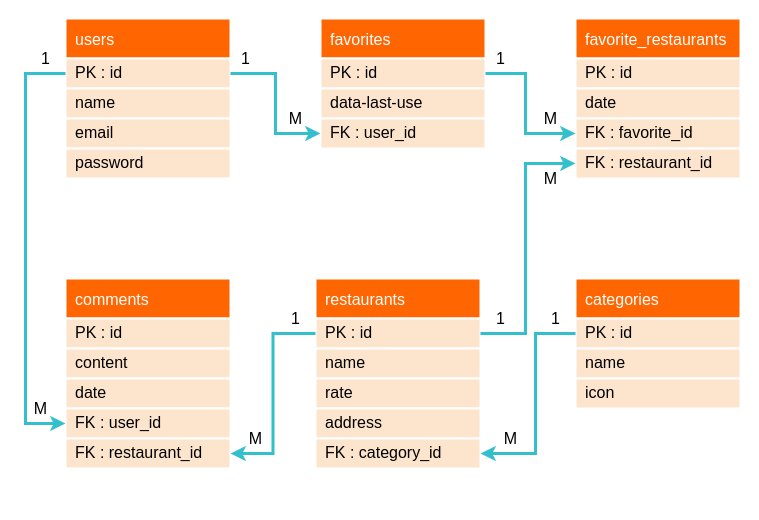
This is 餐廳論壇ERD+Schema-ver.2.drawio from z88243310/bins, a draw.io file, before an edit. Source tidied: cells renumbered, new cells numbered last; positions are measured from the earlier drawing's top-left corner, leaving out a move shared by most shapes. Both pictures are drawn from the tidied source at 100%, with x=0, y=0 at pixel (25, 18).
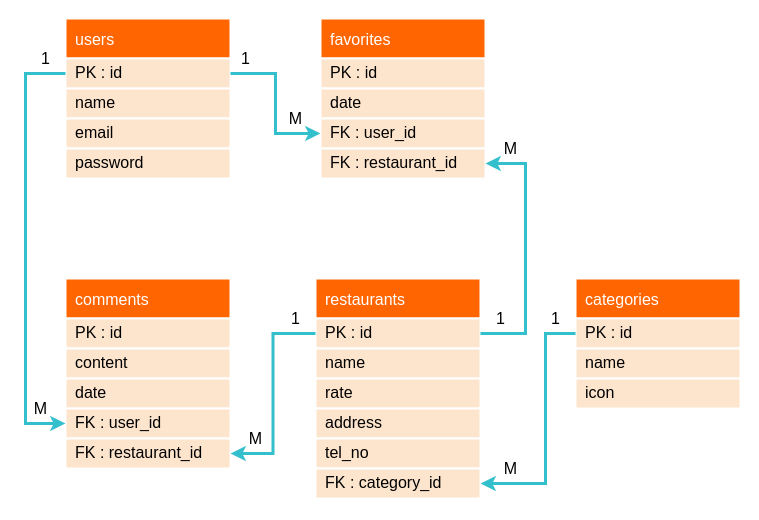
The same diagram, later.

Commit message:
更新餐廳論壇ERD+Schema-ver.2.drawio

Unchanged cells that the change refers to:
```xml
<mxCell id="8" value="PK : id" style="text;strokeColor=#FFFFFF;fillColor=#FDE5CD;spacingLeft=10;spacingRight=0;overflow=hidden;points=[[0,0.5],[1,0.5]];portConstraint=eastwest;fontSize=16;strokeWidth=2;perimeterSpacing=0;sketch=0;shadow=0;rounded=0;glass=0;spacing=0;fontStyle=0;" parent="7" vertex="1">
  <mxGeometry y="40" width="165" height="30" as="geometry" />
</mxCell>
<mxCell id="22" value="PK : id" style="text;strokeColor=#FFFFFF;fillColor=#FDE5CD;spacingLeft=10;spacingRight=0;overflow=hidden;points=[[0,0.5],[1,0.5]];portConstraint=eastwest;fontSize=16;strokeWidth=2;perimeterSpacing=0;sketch=0;shadow=0;rounded=0;glass=0;spacing=0;fontStyle=0;" parent="21" vertex="1">
  <mxGeometry y="40" width="165" height="30" as="geometry" />
</mxCell>
<mxCell id="38" value="PK : id" style="text;strokeColor=#FFFFFF;fillColor=#FDE5CD;spacingLeft=10;spacingRight=0;overflow=hidden;points=[[0,0.5],[1,0.5]];portConstraint=eastwest;fontSize=16;strokeWidth=2;perimeterSpacing=0;sketch=0;shadow=0;rounded=0;glass=0;spacing=0;fontStyle=0;" parent="37" vertex="1">
  <mxGeometry y="40" width="165" height="30" as="geometry" />
</mxCell>
```

What changed in the source:
```diff
@@
     <mxCell id="7" value="favorites" style="swimlane;fontStyle=0;horizontal=1;startSize=40;align=left;fontSize=16;fontColor=#FFFFFF;fillColor=#FF6602;spacing=0;strokeColor=#FFFFFF;strokeWidth=2;spacingLeft=10;" parent="1" vertex="1">
-      <mxGeometry x="295" width="165" height="130" as="geometry" />
+      <mxGeometry x="295" width="165" height="160" as="geometry" />
     </mxCell>
@@
-    <mxCell id="9" value="data-last-use" style="text;strokeColor=#FFFFFF;fillColor=#FDE5CD;spacingLeft=10;spacingRight=0;overflow=hidden;fontSize=16;strokeWidth=2;sketch=0;shadow=0;rounded=0;glass=0;spacing=0;" parent="7" vertex="1">
+    <mxCell id="9" value="date" style="text;strokeColor=#FFFFFF;fillColor=#FDE5CD;spacingLeft=10;spacingRight=0;overflow=hidden;fontSize=16;strokeWidth=2;sketch=0;shadow=0;rounded=0;glass=0;spacing=0;" parent="7" vertex="1">
       <mxGeometry y="70" width="165" height="30" as="geometry" />
     </mxCell>
@@
+    <mxCell id="18" value="FK : restaurant_id" style="text;strokeColor=#FFFFFF;fillColor=#FDE5CD;spacingLeft=10;spacingRight=0;overflow=hidden;points=[[0,0.5],[1,0.5]];portConstraint=eastwest;fontSize=16;strokeWidth=2;sketch=0;shadow=0;rounded=0;glass=0;spacing=0;" parent="7" vertex="1">
+      <mxGeometry y="130" width="165" height="30" as="geometry" />
+    </mxCell>
@@
-    <mxCell id="14" value="favorite_restaurants" style="swimlane;fontStyle=0;horizontal=1;startSize=40;align=left;fontSize=16;fontColor=#FFFFFF;fillColor=#FF6602;spacing=0;strokeColor=#FFFFFF;strokeWidth=2;spacingLeft=10;" parent="1" vertex="1">
-      <mxGeometry x="550" width="165" height="160" as="geometry" />
-    </mxCell>
-    <mxCell id="15" value="PK : id" style="text;strokeColor=#FFFFFF;fillColor=#FDE5CD;spacingLeft=10;spacingRight=0;overflow=hidden;fontSize=16;strokeWidth=2;perimeterSpacing=0;sketch=0;shadow=0;rounded=0;glass=0;spacing=0;fontStyle=0;" parent="14" vertex="1">
-      <mxGeometry y="40" width="165" height="30" as="geometry" />
-    </mxCell>
-    <mxCell id="16" value="date" style="text;strokeColor=#FFFFFF;fillColor=#FDE5CD;spacingLeft=10;spacingRight=0;overflow=hidden;fontSize=16;strokeWidth=2;sketch=0;shadow=0;rounded=0;glass=0;spacing=0;" parent="14" vertex="1">
-      <mxGeometry y="70" width="165" height="30" as="geometry" />
-    </mxCell>
-    <mxCell id="17" value="FK : favorite_id" style="text;strokeColor=#FFFFFF;fillColor=#FDE5CD;spacingLeft=10;spacingRight=0;overflow=hidden;points=[[0,0.5],[1,0.5]];portConstraint=eastwest;fontSize=16;strokeWidth=2;sketch=0;shadow=0;rounded=0;glass=0;spacing=0;" parent="14" vertex="1">
-      <mxGeometry y="100" width="165" height="30" as="geometry" />
-    </mxCell>
-    <mxCell id="18" value="FK : restaurant_id" style="text;strokeColor=#FFFFFF;fillColor=#FDE5CD;spacingLeft=10;spacingRight=0;overflow=hidden;points=[[0,0.5],[1,0.5]];portConstraint=eastwest;fontSize=16;strokeWidth=2;sketch=0;shadow=0;rounded=0;glass=0;spacing=0;" parent="14" vertex="1">
-      <mxGeometry y="130" width="165" height="30" as="geometry" />
-    </mxCell>
     <mxCell id="19" value="M" style="text;html=1;align=center;verticalAlign=middle;strokeColor=none;fillColor=none;fontSize=16;fontColor=#000000;" parent="1" vertex="1">
-      <mxGeometry x="510" y="90" width="30" height="20" as="geometry" />
+      <mxGeometry x="470" y="120" width="30" height="20" as="geometry" />
     </mxCell>
-    <mxCell id="20" value="1" style="text;html=1;align=center;verticalAlign=middle;strokeColor=none;fillColor=none;fontSize=16;fontColor=#000000;" parent="1" vertex="1">
-      <mxGeometry x="465" y="30" width="20" height="20" as="geometry" />
-    </mxCell>
     <mxCell id="21" value="restaurants" style="swimlane;fontStyle=0;horizontal=1;startSize=40;align=left;fontSize=16;fontColor=#FFFFFF;fillColor=#FF6602;spacing=0;strokeColor=#FFFFFF;strokeWidth=2;spacingLeft=10;" parent="1" vertex="1">
-      <mxGeometry x="290" y="260" width="165" height="190" as="geometry" />
+      <mxGeometry x="290" y="260" width="165" height="220" as="geometry" />
     </mxCell>
@@
+    <mxCell id="50" value="tel_no" style="text;strokeColor=#FFFFFF;fillColor=#FDE5CD;spacingLeft=10;spacingRight=0;overflow=hidden;fontSize=16;strokeWidth=2;sketch=0;shadow=0;rounded=0;glass=0;spacing=0;" parent="21" vertex="1">
+      <mxGeometry y="160" width="165" height="30" as="geometry" />
+    </mxCell>
     <mxCell id="26" value="FK : category_id" style="text;strokeColor=#FFFFFF;fillColor=#FDE5CD;spacingLeft=10;spacingRight=0;overflow=hidden;points=[[0,0.5],[1,0.5]];portConstraint=eastwest;fontSize=16;strokeWidth=2;sketch=0;shadow=0;rounded=0;glass=0;spacing=0;" parent="21" vertex="1">
-      <mxGeometry y="160" width="165" height="30" as="geometry" />
+      <mxGeometry y="190" width="165" height="30" as="geometry" />
     </mxCell>
-    <mxCell id="27" style="edgeStyle=orthogonalEdgeStyle;rounded=0;jettySize=auto;html=1;fontSize=16;fontColor=#FFFFFF;strokeWidth=3;strokeColor=#33BFCC;entryX=0;entryY=0.5;entryDx=0;entryDy=0;exitX=1;exitY=0.5;exitDx=0;exitDy=0;" parent="1" edge="1" source="22" target="18">
-      <mxGeometry relative="1" as="geometry">
-        <Array as="points">
-          <mxPoint x="500" y="315" />
-          <mxPoint x="500" y="145" />
-        </Array>
-      </mxGeometry>
-    </mxCell>
-    <mxCell id="28" value="M" style="text;html=1;align=center;verticalAlign=middle;strokeColor=none;fillColor=none;fontSize=16;fontColor=#000000;" parent="1" vertex="1">
-      <mxGeometry x="510" y="150" width="30" height="20" as="geometry" />
-    </mxCell>
@@
-    <mxCell id="30" style="edgeStyle=orthogonalEdgeStyle;rounded=0;jettySize=auto;html=1;fontSize=16;fontColor=#FFFFFF;strokeWidth=3;strokeColor=#33BFCC;exitX=1;exitY=0.5;exitDx=0;exitDy=0;entryX=0;entryY=0.5;entryDx=0;entryDy=0;" parent="1" edge="1" source="8" target="17">
+    <mxCell id="30" style="edgeStyle=orthogonalEdgeStyle;rounded=0;jettySize=auto;html=1;fontSize=16;fontColor=#FFFFFF;strokeWidth=3;strokeColor=#33BFCC;exitX=1;exitY=0.5;exitDx=0;exitDy=0;entryX=1;entryY=0.5;entryDx=0;entryDy=0;" parent="1" edge="1" source="22" target="18">
       <mxGeometry relative="1" as="geometry">
         <Array as="points">
-          <mxPoint x="500" y="55" />
-          <mxPoint x="500" y="115" />
+          <mxPoint x="500" y="315" />
+          <mxPoint x="500" y="145" />
         </Array>
       </mxGeometry>
     </mxCell>
@@
     <mxCell id="41" style="edgeStyle=orthogonalEdgeStyle;rounded=0;jettySize=auto;html=1;fontSize=16;fontColor=#FFFFFF;strokeWidth=3;strokeColor=#33BFCC;entryX=1;entryY=0.5;entryDx=0;entryDy=0;exitX=0;exitY=0.5;exitDx=0;exitDy=0;" parent="1" edge="1" source="38" target="26">
       <mxGeometry relative="1" as="geometry">
         <Array as="points">
-          <mxPoint x="510" y="315" />
-          <mxPoint x="510" y="435" />
+          <mxPoint x="520" y="315" />
+          <mxPoint x="520" y="465" />
         </Array>
       </mxGeometry>
     </mxCell>
@@
     <mxCell id="48" value="M" style="text;html=1;align=center;verticalAlign=middle;strokeColor=none;fillColor=none;fontSize=16;fontColor=#000000;" parent="1" vertex="1">
-      <mxGeometry x="470" y="410" width="30" height="20" as="geometry" />
+      <mxGeometry x="470" y="440" width="30" height="20" as="geometry" />
     </mxCell>
```
